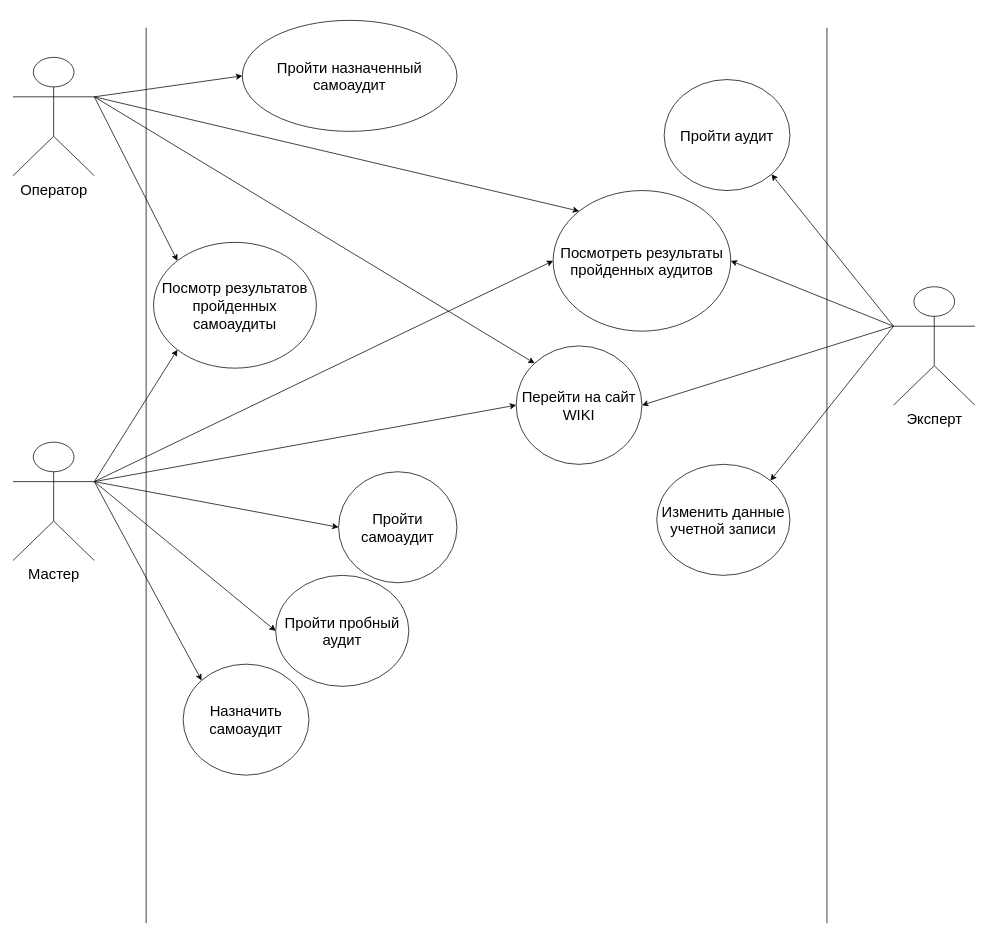
Earlier version of the draw.io diagram курсач.drawio (Vlad-Efremovv/kursach). Source tidied: cells renumbered, new cells numbered last; positions are measured from the earlier drawing's top-left corner, leaving out a move shared by most shapes. Both pictures are drawn from the tidied source at 74%, with x=0, y=0 at pixel (13, 20).
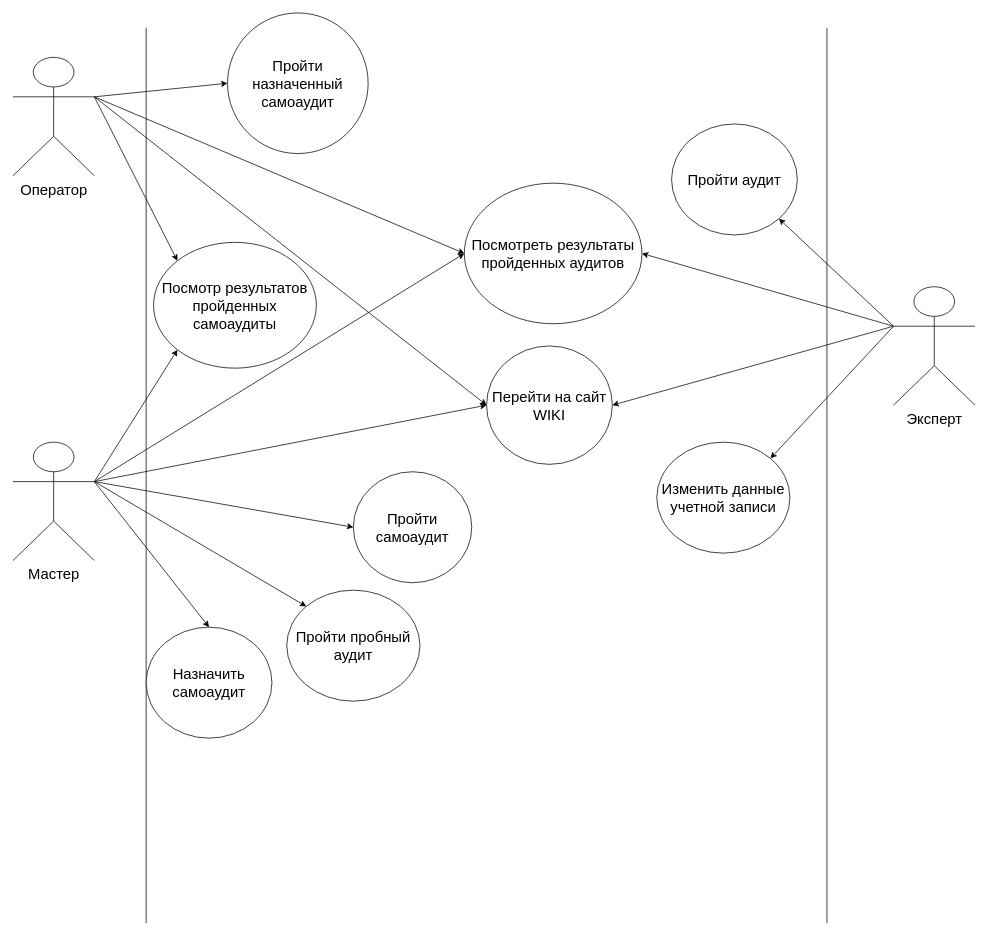
After the change.

The change refers to these unchanged cells:
```xml
<mxCell id="3" value="&lt;font style=&quot;font-size: 20px;&quot;&gt;Оператор&lt;/font&gt;" style="shape=umlActor;verticalLabelPosition=bottom;verticalAlign=top;html=1;outlineConnect=0;" parent="1" vertex="1">
  <mxGeometry y="50" width="110" height="160" as="geometry" />
</mxCell>
<mxCell id="4" value="&lt;font style=&quot;font-size: 20px;&quot;&gt;Мастер&lt;/font&gt;&lt;div&gt;&lt;font style=&quot;font-size: 20px;&quot;&gt;&lt;br&gt;&lt;/font&gt;&lt;/div&gt;" style="shape=umlActor;verticalLabelPosition=bottom;verticalAlign=top;html=1;outlineConnect=0;" parent="1" vertex="1">
  <mxGeometry y="570" width="110" height="160" as="geometry" />
</mxCell>
```

The edit, as a diff of the source:
```diff
@@
     <mxCell id="6" value="Пройти назначенный самоаудит" style="ellipse;whiteSpace=wrap;html=1;fontSize=20;" parent="1" vertex="1">
-      <mxGeometry x="310" width="290" height="150" as="geometry" />
+      <mxGeometry x="290" y="-10" width="190" height="190" as="geometry" />
     </mxCell>
@@
     <mxCell id="11" value="Посмотреть результаты пройденных аудитов" style="ellipse;whiteSpace=wrap;html=1;fontSize=20;" parent="1" vertex="1">
-      <mxGeometry x="730" y="230" width="240" height="190" as="geometry" />
+      <mxGeometry x="610" y="220" width="240" height="190" as="geometry" />
     </mxCell>
-    <mxCell id="12" style="endArrow=classic;html=1;rounded=0;entryX=0;entryY=0;entryDx=0;entryDy=0;exitX=1;exitY=0.3333333333333333;exitDx=0;exitDy=0;exitPerimeter=0;" parent="1" edge="1" source="3" target="11">
+    <mxCell id="12" style="endArrow=classic;html=1;rounded=0;entryX=0;entryY=0.5;entryDx=0;entryDy=0;exitX=1;exitY=0.3333333333333333;exitDx=0;exitDy=0;exitPerimeter=0;" parent="1" edge="1" source="3" target="11">
       <mxGeometry relative="1" as="geometry" />
     </mxCell>
@@
     <mxCell id="15" value="Пройти пробный аудит" style="ellipse;whiteSpace=wrap;html=1;fontSize=20;" parent="1" vertex="1">
-      <mxGeometry x="355" y="750" width="180" height="150" as="geometry" />
+      <mxGeometry x="370" y="770" width="180" height="150" as="geometry" />
     </mxCell>
-    <mxCell id="16" style="endArrow=classic;html=1;rounded=0;entryX=0;entryY=0.5;entryDx=0;entryDy=0;exitX=1;exitY=0.3333333333333333;exitDx=0;exitDy=0;exitPerimeter=0;" parent="1" edge="1" source="4" target="15">
+    <mxCell id="16" style="endArrow=classic;html=1;rounded=0;entryX=0;entryY=0;entryDx=0;entryDy=0;exitX=1;exitY=0.3333333333333333;exitDx=0;exitDy=0;exitPerimeter=0;" parent="1" edge="1" source="4" target="15">
       <mxGeometry relative="1" as="geometry" />
     </mxCell>
     <mxCell id="17" value="Пройти самоаудит" style="ellipse;whiteSpace=wrap;html=1;fontSize=20;" parent="1" vertex="1">
-      <mxGeometry x="440" y="610" width="160" height="150" as="geometry" />
+      <mxGeometry x="460" y="610" width="160" height="150" as="geometry" />
     </mxCell>
@@
     <mxCell id="19" value="Назначить самоаудит" style="ellipse;whiteSpace=wrap;html=1;fontSize=20;" parent="1" vertex="1">
-      <mxGeometry x="230" y="870" width="170" height="150" as="geometry" />
+      <mxGeometry x="180" y="820" width="170" height="150" as="geometry" />
     </mxCell>
-    <mxCell id="20" style="endArrow=classic;html=1;rounded=0;entryX=0;entryY=0;entryDx=0;entryDy=0;exitX=1;exitY=0.3333333333333333;exitDx=0;exitDy=0;exitPerimeter=0;" parent="1" edge="1" source="4" target="19">
+    <mxCell id="20" style="endArrow=classic;html=1;rounded=0;entryX=0.5;entryY=0;entryDx=0;entryDy=0;exitX=1;exitY=0.3333333333333333;exitDx=0;exitDy=0;exitPerimeter=0;" parent="1" edge="1" source="4" target="19">
       <mxGeometry relative="1" as="geometry" />
     </mxCell>
     <mxCell id="21" value="Изменить данные учетной записи" style="ellipse;whiteSpace=wrap;html=1;fontSize=20;" parent="1" vertex="1">
-      <mxGeometry x="870" y="600" width="180" height="150" as="geometry" />
+      <mxGeometry x="870" y="570" width="180" height="150" as="geometry" />
     </mxCell>
@@
     <mxCell id="23" value="Пройти аудит" style="ellipse;whiteSpace=wrap;html=1;fontSize=20;" parent="1" vertex="1">
-      <mxGeometry x="880" y="80" width="170" height="150" as="geometry" />
+      <mxGeometry x="890" y="140" width="170" height="150" as="geometry" />
     </mxCell>
@@
     <mxCell id="26" value="Перейти на сайт WIKI" style="ellipse;whiteSpace=wrap;html=1;fontSize=20;" parent="1" vertex="1">
-      <mxGeometry x="680" y="440" width="170" height="160" as="geometry" />
+      <mxGeometry x="640" y="440" width="170" height="160" as="geometry" />
     </mxCell>
-    <mxCell id="27" style="endArrow=classic;html=1;rounded=0;entryX=0;entryY=0;entryDx=0;entryDy=0;exitX=1;exitY=0.3333333333333333;exitDx=0;exitDy=0;exitPerimeter=0;" parent="1" edge="1" source="3" target="26">
+    <mxCell id="27" style="endArrow=classic;html=1;rounded=0;entryX=0;entryY=0.5;entryDx=0;entryDy=0;exitX=1;exitY=0.3333333333333333;exitDx=0;exitDy=0;exitPerimeter=0;" parent="1" edge="1" source="3" target="26">
       <mxGeometry relative="1" as="geometry" />
     </mxCell>
```
